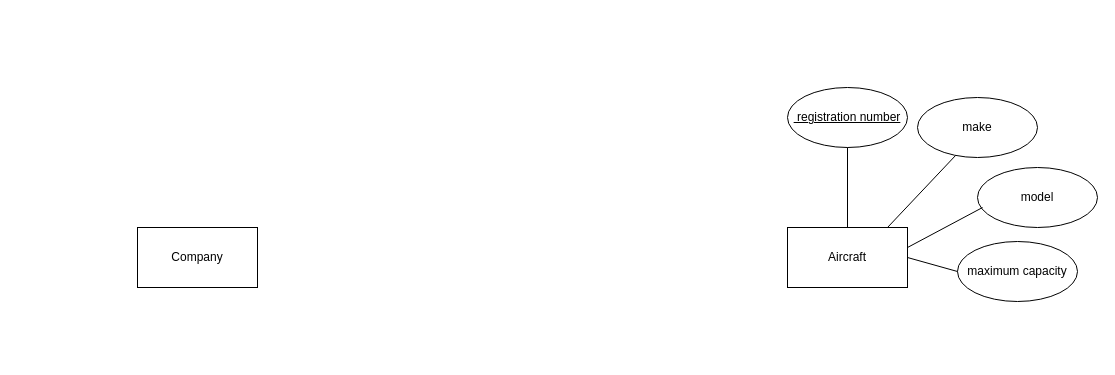
This is Untitled Diagram.drawio from vomit21100/temp, a draw.io file, before an edit. Source tidied: cells renumbered, new cells numbered last; positions are measured from the earlier drawing's top-left corner, leaving out a move shared by most shapes. Both pictures are drawn from the tidied source at 100%, with x=0, y=0 at pixel (137, 87).
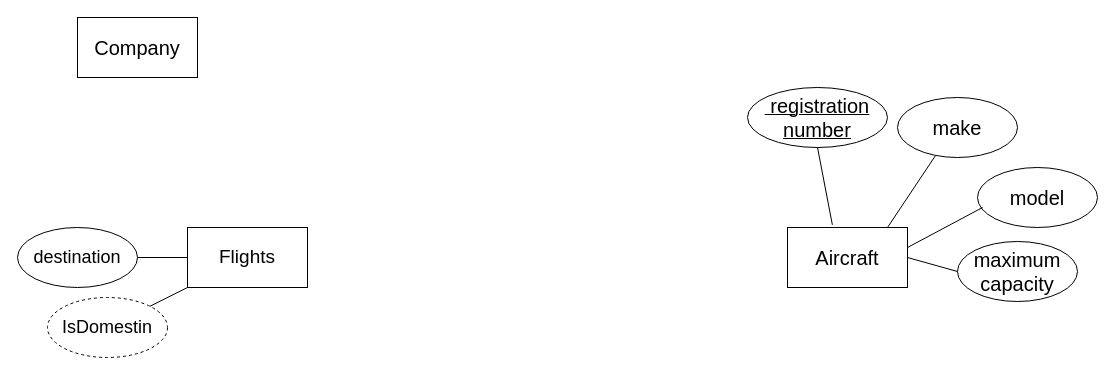
Above is the later version.

The edit, as a diff of the source:
```diff
@@
 <mxGraphModel>
   <root>
     <mxCell id="0" />
     <mxCell id="1" parent="0" />
-    <mxCell id="2" value="Company" style="rounded=0;whiteSpace=wrap;html=1;" parent="1" vertex="1">
-      <mxGeometry y="140" width="120" height="60" as="geometry" />
+    <mxCell id="2" value="&lt;font style=&quot;font-size: 20px&quot;&gt;Company&lt;/font&gt;" style="rounded=0;whiteSpace=wrap;html=1;" parent="1" vertex="1">
+      <mxGeometry x="-60" y="-70" width="120" height="60" as="geometry" />
     </mxCell>
-    <mxCell id="3" value="Aircraft" style="rounded=0;whiteSpace=wrap;html=1;" parent="1" vertex="1">
+    <mxCell id="3" value="&lt;font style=&quot;font-size: 20px&quot;&gt;Aircraft&lt;/font&gt;" style="rounded=0;whiteSpace=wrap;html=1;" parent="1" vertex="1">
       <mxGeometry x="650" y="140" width="120" height="60" as="geometry" />
     </mxCell>
-    <mxCell id="4" value="&lt;u&gt;&amp;nbsp;registration number&lt;/u&gt;" style="ellipse;whiteSpace=wrap;html=1;" parent="1" vertex="1">
-      <mxGeometry x="650" width="120" height="60" as="geometry" />
+    <mxCell id="4" value="&lt;u&gt;&lt;font style=&quot;font-size: 20px&quot;&gt;&amp;nbsp;registration number&lt;/font&gt;&lt;/u&gt;" style="ellipse;whiteSpace=wrap;html=1;" parent="1" vertex="1">
+      <mxGeometry x="610" width="140" height="60" as="geometry" />
     </mxCell>
-    <mxCell id="5" style="endArrow=none;html=1;rounded=0;entryX=0.5;entryY=1;entryDx=0;entryDy=0;" parent="1" edge="1" target="4">
-      <mxGeometry relative="1" as="geometry">
-        <mxPoint x="710" y="140" as="sourcePoint" />
-      </mxGeometry>
+    <mxCell id="5" style="endArrow=none;html=1;rounded=0;entryX=0.5;entryY=1;entryDx=0;entryDy=0;exitX=0.374;exitY=-0.044;exitDx=0;exitDy=0;exitPerimeter=0;" parent="1" edge="1" source="3" target="4">
+      <mxGeometry relative="1" as="geometry" />
     </mxCell>
-    <mxCell id="6" value="make" style="ellipse;whiteSpace=wrap;html=1;" parent="1" vertex="1">
-      <mxGeometry x="780" y="10" width="120" height="60" as="geometry" />
+    <mxCell id="6" value="&lt;font style=&quot;font-size: 20px&quot;&gt;make&lt;/font&gt;" style="ellipse;whiteSpace=wrap;html=1;" parent="1" vertex="1">
+      <mxGeometry x="760" y="10" width="120" height="60" as="geometry" />
     </mxCell>
-    <mxCell id="7" value="model" style="ellipse;whiteSpace=wrap;html=1;" parent="1" vertex="1">
+    <mxCell id="7" value="&lt;font style=&quot;font-size: 20px&quot;&gt;model&lt;/font&gt;" style="ellipse;whiteSpace=wrap;html=1;" parent="1" vertex="1">
       <mxGeometry x="840" y="80" width="120" height="60" as="geometry" />
     </mxCell>
-    <mxCell id="8" value="maximum capacity" style="ellipse;whiteSpace=wrap;html=1;" parent="1" vertex="1">
+    <mxCell id="8" value="&lt;font style=&quot;font-size: 20px&quot;&gt;maximum capacity&lt;/font&gt;" style="ellipse;whiteSpace=wrap;html=1;" parent="1" vertex="1">
       <mxGeometry x="820" y="154" width="120" height="60" as="geometry" />
     </mxCell>
     <mxCell id="9" style="endArrow=none;html=1;rounded=0;entryX=0.317;entryY=0.967;entryDx=0;entryDy=0;entryPerimeter=0;" parent="1" edge="1" target="6">
       <mxGeometry relative="1" as="geometry">
         <mxPoint x="750" y="140" as="sourcePoint" />
       </mxGeometry>
     </mxCell>
     <mxCell id="10" style="endArrow=none;html=1;rounded=0;entryX=0.042;entryY=0.667;entryDx=0;entryDy=0;entryPerimeter=0;" parent="1" edge="1" target="7">
       <mxGeometry relative="1" as="geometry">
         <mxPoint x="770" y="160" as="sourcePoint" />
       </mxGeometry>
     </mxCell>
     <mxCell id="11" style="endArrow=none;html=1;rounded=0;entryX=0;entryY=0.5;entryDx=0;entryDy=0;" parent="1" edge="1" target="8">
       <mxGeometry relative="1" as="geometry">
         <mxPoint x="770" y="170" as="sourcePoint" />
       </mxGeometry>
     </mxCell>
+    <mxCell id="12" value="&lt;font style=&quot;font-size: 19px&quot;&gt;Flights&lt;/font&gt;" style="rounded=0;whiteSpace=wrap;html=1;" parent="1" vertex="1">
+      <mxGeometry x="50" y="140" width="120" height="60" as="geometry" />
+    </mxCell>
+    <mxCell id="13" value="&lt;font style=&quot;font-size: 18px&quot;&gt;destination&lt;/font&gt;" style="ellipse;whiteSpace=wrap;html=1;" parent="1" vertex="1">
+      <mxGeometry x="-120" y="140" width="120" height="60" as="geometry" />
+    </mxCell>
+    <mxCell id="14" style="endArrow=none;html=1;rounded=0;fontSize=20;" parent="1" edge="1" target="12">
+      <mxGeometry relative="1" as="geometry">
+        <mxPoint y="170" as="sourcePoint" />
+      </mxGeometry>
+    </mxCell>
+    <mxCell id="15" value="&lt;span style=&quot;font-size: 18px&quot;&gt;IsDomestin&lt;/span&gt;" style="ellipse;whiteSpace=wrap;html=1;dashed=1;" parent="1" vertex="1">
+      <mxGeometry x="-90" y="210" width="120" height="60" as="geometry" />
+    </mxCell>
+    <mxCell id="16" style="endArrow=none;html=1;rounded=0;fontSize=20;entryX=0;entryY=1;entryDx=0;entryDy=0;exitX=1;exitY=0;exitDx=0;exitDy=0;" parent="1" edge="1" source="15" target="12">
+      <mxGeometry relative="1" as="geometry" />
+    </mxCell>
   </root>
 </mxGraphModel>
```
